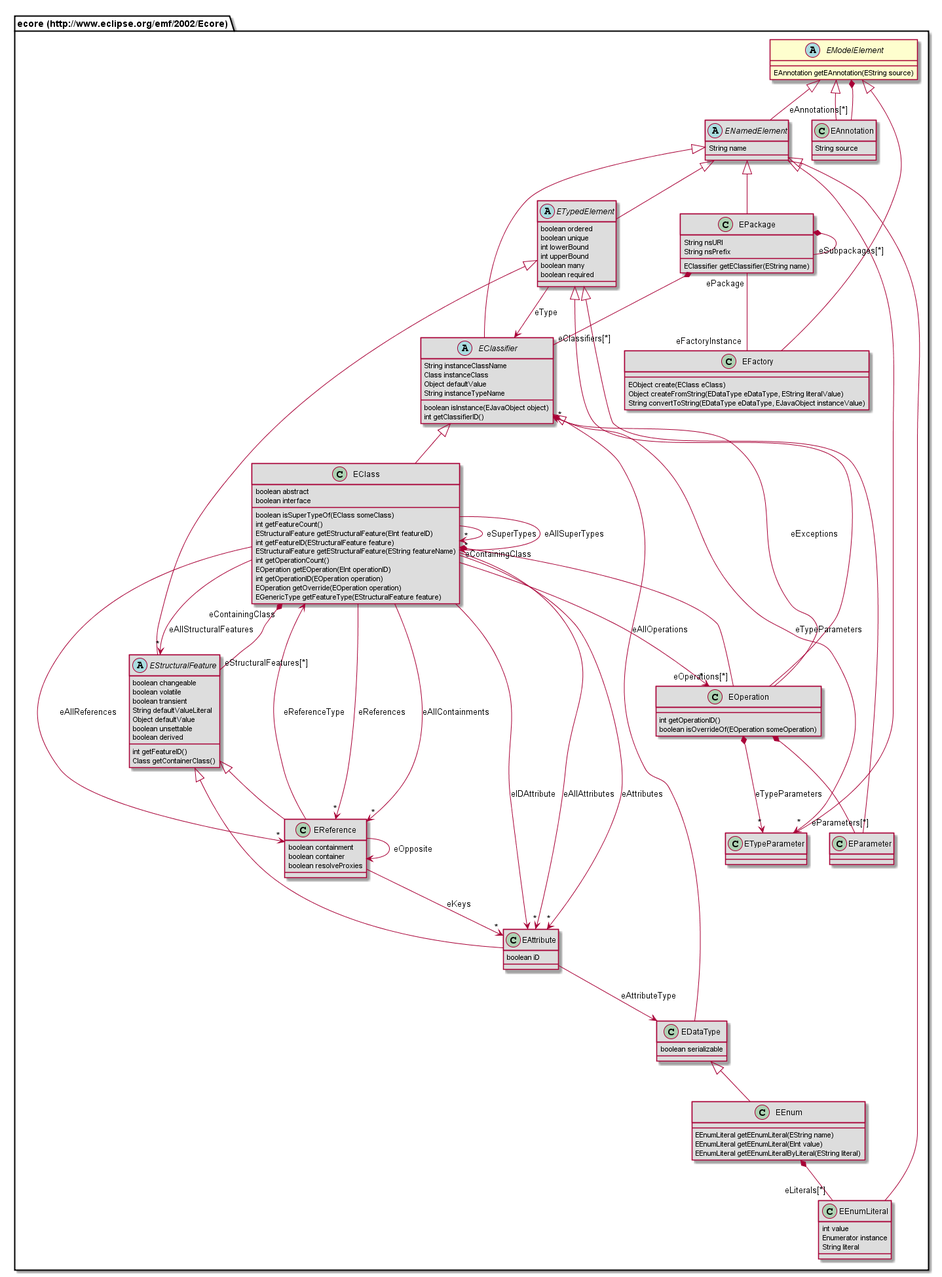
Before: org.nasdanika.codegen.editor/doc/model/687474703a2f2f7777772e65636c697073652e6f72672f656d662f323030322f45636f7265/EModelElement.png, a diagram exported from PlantUML (Nasdanika/codegen).
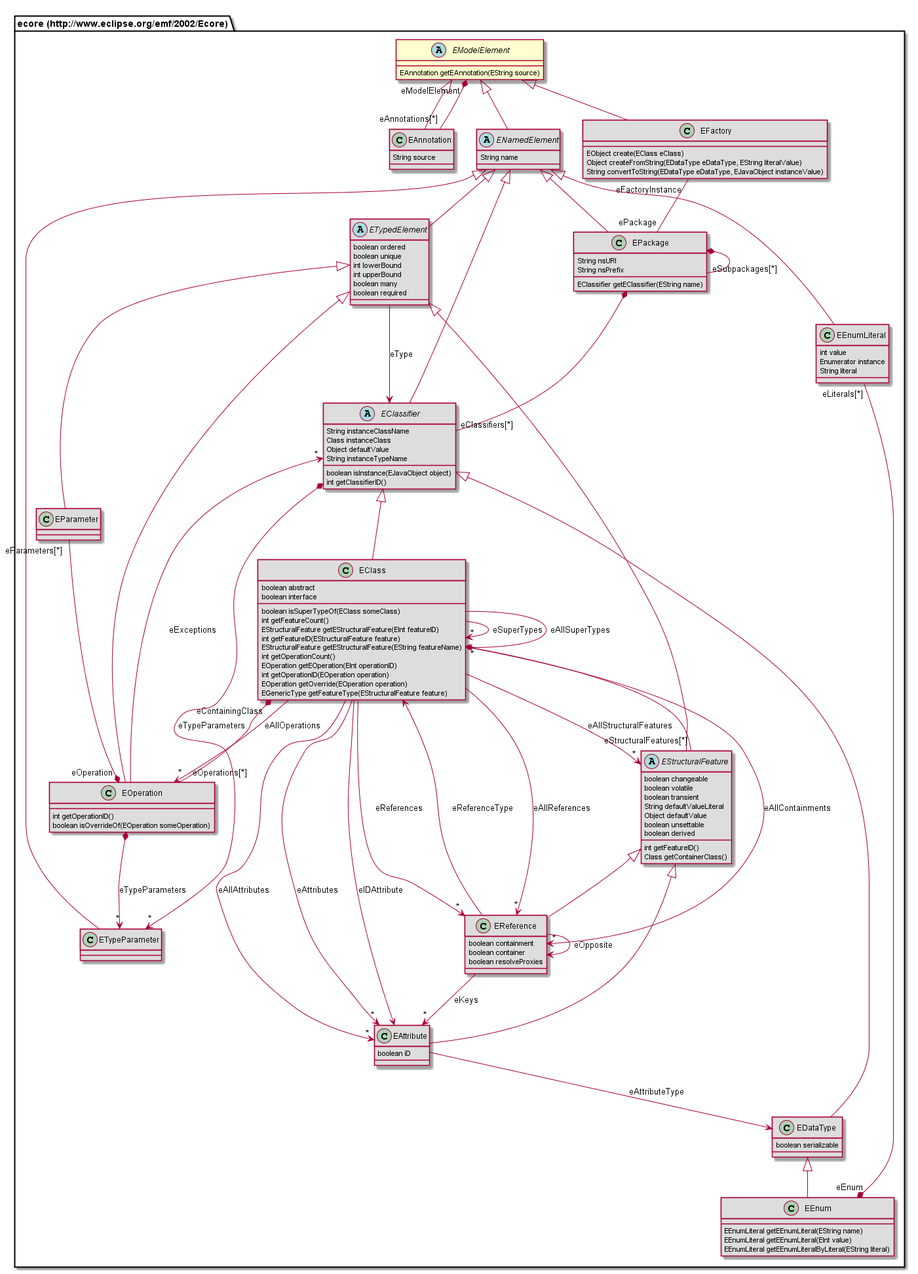
After the change.

The edit, as a diff of the source:
```diff
@@ -2,67 +2,8 @@
 abstract class "ecore (http://www.eclipse.org/emf/2002/Ecore).EModelElement" {
 	EAnnotation getEAnnotation(EString source)
 }
-class "ecore (http://www.eclipse.org/emf/2002/Ecore).EReference" #DDDDDD {
-	boolean containment
-	boolean container
-	boolean resolveProxies
-}
-class "ecore (http://www.eclipse.org/emf/2002/Ecore).EEnum" #DDDDDD {
-	EEnumLiteral getEEnumLiteral(EString name)
-	EEnumLiteral getEEnumLiteral(EInt value)
-	EEnumLiteral getEEnumLiteralByLiteral(EString literal)
-}
-abstract class "ecore (http://www.eclipse.org/emf/2002/Ecore).EStructuralFeature" #DDDDDD {
-	boolean changeable
-	boolean volatile
-	boolean transient
-	String defaultValueLiteral
-	Object defaultValue
-	boolean unsettable
-	boolean derived
-	int getFeatureID()
-	Class getContainerClass()
-}
-abstract class "ecore (http://www.eclipse.org/emf/2002/Ecore).ENamedElement" #DDDDDD {
-	String name
-}
-class "ecore (http://www.eclipse.org/emf/2002/Ecore).EOperation" #DDDDDD {
-	int getOperationID()
-	boolean isOverrideOf(EOperation someOperation)
-}
-class "ecore (http://www.eclipse.org/emf/2002/Ecore).EPackage" #DDDDDD {
-	String nsURI
-	String nsPrefix
-	EClassifier getEClassifier(EString name)
-}
-abstract class "ecore (http://www.eclipse.org/emf/2002/Ecore).EClassifier" #DDDDDD {
-	String instanceClassName
-	Class instanceClass
-	Object defaultValue
-	String instanceTypeName
-	boolean isInstance(EJavaObject object)
-	int getClassifierID()
-}
 class "ecore (http://www.eclipse.org/emf/2002/Ecore).EAnnotation" #DDDDDD {
 	String source
-}
-class "ecore (http://www.eclipse.org/emf/2002/Ecore).EDataType" #DDDDDD {
-	boolean serializable
-}
-class "ecore (http://www.eclipse.org/emf/2002/Ecore).ETypeParameter" #DDDDDD {
-}
-class "ecore (http://www.eclipse.org/emf/2002/Ecore).EFactory" #DDDDDD {
-	EObject create(EClass eClass)
-	Object createFromString(EDataType eDataType, EString literalValue)
-	String convertToString(EDataType eDataType, EJavaObject instanceValue)
-}
-class "ecore (http://www.eclipse.org/emf/2002/Ecore).EAttribute" #DDDDDD {
-	boolean iD
-}
-class "ecore (http://www.eclipse.org/emf/2002/Ecore).EEnumLiteral" #DDDDDD {
-	int value
-	Enumerator instance
-	String literal
 }
 abstract class "ecore (http://www.eclipse.org/emf/2002/Ecore).ETypedElement" #DDDDDD {
 	boolean ordered
@@ -71,6 +12,37 @@
 	int upperBound
 	boolean many
 	boolean required
+}
+class "ecore (http://www.eclipse.org/emf/2002/Ecore).EFactory" #DDDDDD {
+	EObject create(EClass eClass)
+	Object createFromString(EDataType eDataType, EString literalValue)
+	String convertToString(EDataType eDataType, EJavaObject instanceValue)
+}
+abstract class "ecore (http://www.eclipse.org/emf/2002/Ecore).ENamedElement" #DDDDDD {
+	String name
+}
+class "ecore (http://www.eclipse.org/emf/2002/Ecore).EPackage" #DDDDDD {
+	String nsURI
+	String nsPrefix
+	EClassifier getEClassifier(EString name)
+}
+class "ecore (http://www.eclipse.org/emf/2002/Ecore).EParameter" #DDDDDD {
+}
+class "ecore (http://www.eclipse.org/emf/2002/Ecore).EEnumLiteral" #DDDDDD {
+	int value
+	Enumerator instance
+	String literal
+}
+class "ecore (http://www.eclipse.org/emf/2002/Ecore).ETypeParameter" #DDDDDD {
+}
+class "ecore (http://www.eclipse.org/emf/2002/Ecore).EOperation" #DDDDDD {
+	int getOperationID()
+	boolean isOverrideOf(EOperation someOperation)
+}
+class "ecore (http://www.eclipse.org/emf/2002/Ecore).EEnum" #DDDDDD {
+	EEnumLiteral getEEnumLiteral(EString name)
+	EEnumLiteral getEEnumLiteral(EInt value)
+	EEnumLiteral getEEnumLiteralByLiteral(EString literal)
 }
 class "ecore (http://www.eclipse.org/emf/2002/Ecore).EClass" #DDDDDD {
 	boolean abstract
@@ -86,40 +58,62 @@
 	EOperation getOverride(EOperation operation)
 	EGenericType getFeatureType(EStructuralFeature feature)
 }
-class "ecore (http://www.eclipse.org/emf/2002/Ecore).EParameter" #DDDDDD {
+class "ecore (http://www.eclipse.org/emf/2002/Ecore).EReference" #DDDDDD {
+	boolean containment
+	boolean container
+	boolean resolveProxies
 }
+abstract class "ecore (http://www.eclipse.org/emf/2002/Ecore).EClassifier" #DDDDDD {
+	String instanceClassName
+	Class instanceClass
+	Object defaultValue
+	String instanceTypeName
+	boolean isInstance(EJavaObject object)
+	int getClassifierID()
+}
+abstract class "ecore (http://www.eclipse.org/emf/2002/Ecore).EStructuralFeature" #DDDDDD {
+	boolean changeable
+	boolean volatile
+	boolean transient
+	String defaultValueLiteral
+	Object defaultValue
+	boolean unsettable
+	boolean derived
+	int getFeatureID()
+	Class getContainerClass()
+}
+class "ecore (http://www.eclipse.org/emf/2002/Ecore).EDataType" #DDDDDD {
+	boolean serializable
+}
+class "ecore (http://www.eclipse.org/emf/2002/Ecore).EAttribute" #DDDDDD {
+	boolean iD
+}
+"ecore (http://www.eclipse.org/emf/2002/Ecore).EModelElement" <|-- "ecore (http://www.eclipse.org/emf/2002/Ecore).EAnnotation"
+"ecore (http://www.eclipse.org/emf/2002/Ecore).ENamedElement" <|-- "ecore (http://www.eclipse.org/emf/2002/Ecore).ETypedElement"
+"ecore (http://www.eclipse.org/emf/2002/Ecore).EModelElement" <|-- "ecore (http://www.eclipse.org/emf/2002/Ecore).EFactory"
+"ecore (http://www.eclipse.org/emf/2002/Ecore).EModelElement" <|-- "ecore (http://www.eclipse.org/emf/2002/Ecore).ENamedElement"
+"ecore (http://www.eclipse.org/emf/2002/Ecore).ENamedElement" <|-- "ecore (http://www.eclipse.org/emf/2002/Ecore).EPackage"
+"ecore (http://www.eclipse.org/emf/2002/Ecore).ETypedElement" <|-- "ecore (http://www.eclipse.org/emf/2002/Ecore).EParameter"
+"ecore (http://www.eclipse.org/emf/2002/Ecore).ENamedElement" <|-- "ecore (http://www.eclipse.org/emf/2002/Ecore).EEnumLiteral"
+"ecore (http://www.eclipse.org/emf/2002/Ecore).ENamedElement" <|-- "ecore (http://www.eclipse.org/emf/2002/Ecore).ETypeParameter"
+"ecore (http://www.eclipse.org/emf/2002/Ecore).ETypedElement" <|-- "ecore (http://www.eclipse.org/emf/2002/Ecore).EOperation"
+"ecore (http://www.eclipse.org/emf/2002/Ecore).EDataType" <|-- "ecore (http://www.eclipse.org/emf/2002/Ecore).EEnum"
+"ecore (http://www.eclipse.org/emf/2002/Ecore).EClassifier" <|-- "ecore (http://www.eclipse.org/emf/2002/Ecore).EClass"
 "ecore (http://www.eclipse.org/emf/2002/Ecore).EStructuralFeature" <|-- "ecore (http://www.eclipse.org/emf/2002/Ecore).EReference"
-"ecore (http://www.eclipse.org/emf/2002/Ecore).EDataType" <|-- "ecore (http://www.eclipse.org/emf/2002/Ecore).EEnum"
+"ecore (http://www.eclipse.org/emf/2002/Ecore).ENamedElement" <|-- "ecore (http://www.eclipse.org/emf/2002/Ecore).EClassifier"
 "ecore (http://www.eclipse.org/emf/2002/Ecore).ETypedElement" <|-- "ecore (http://www.eclipse.org/emf/2002/Ecore).EStructuralFeature"
-"ecore (http://www.eclipse.org/emf/2002/Ecore).EModelElement" <|-- "ecore (http://www.eclipse.org/emf/2002/Ecore).ENamedElement"
-"ecore (http://www.eclipse.org/emf/2002/Ecore).ETypedElement" <|-- "ecore (http://www.eclipse.org/emf/2002/Ecore).EOperation"
-"ecore (http://www.eclipse.org/emf/2002/Ecore).ENamedElement" <|-- "ecore (http://www.eclipse.org/emf/2002/Ecore).EPackage"
-"ecore (http://www.eclipse.org/emf/2002/Ecore).ENamedElement" <|-- "ecore (http://www.eclipse.org/emf/2002/Ecore).EClassifier"
-"ecore (http://www.eclipse.org/emf/2002/Ecore).EModelElement" <|-- "ecore (http://www.eclipse.org/emf/2002/Ecore).EAnnotation"
 "ecore (http://www.eclipse.org/emf/2002/Ecore).EClassifier" <|-- "ecore (http://www.eclipse.org/emf/2002/Ecore).EDataType"
-"ecore (http://www.eclipse.org/emf/2002/Ecore).ENamedElement" <|-- "ecore (http://www.eclipse.org/emf/2002/Ecore).ETypeParameter"
-"ecore (http://www.eclipse.org/emf/2002/Ecore).EModelElement" <|-- "ecore (http://www.eclipse.org/emf/2002/Ecore).EFactory"
 "ecore (http://www.eclipse.org/emf/2002/Ecore).EStructuralFeature" <|-- "ecore (http://www.eclipse.org/emf/2002/Ecore).EAttribute"
-"ecore (http://www.eclipse.org/emf/2002/Ecore).ENamedElement" <|-- "ecore (http://www.eclipse.org/emf/2002/Ecore).EEnumLiteral"
-"ecore (http://www.eclipse.org/emf/2002/Ecore).ENamedElement" <|-- "ecore (http://www.eclipse.org/emf/2002/Ecore).ETypedElement"
-"ecore (http://www.eclipse.org/emf/2002/Ecore).EClassifier" <|-- "ecore (http://www.eclipse.org/emf/2002/Ecore).EClass"
-"ecore (http://www.eclipse.org/emf/2002/Ecore).ETypedElement" <|-- "ecore (http://www.eclipse.org/emf/2002/Ecore).EParameter"
-"ecore (http://www.eclipse.org/emf/2002/Ecore).EReference" --> "ecore (http://www.eclipse.org/emf/2002/Ecore).EReference" : eOpposite
-"ecore (http://www.eclipse.org/emf/2002/Ecore).EReference" --> "ecore (http://www.eclipse.org/emf/2002/Ecore).EClass" : eReferenceType
-"ecore (http://www.eclipse.org/emf/2002/Ecore).EReference" --> "*" "ecore (http://www.eclipse.org/emf/2002/Ecore).EAttribute" : eKeys
-"ecore (http://www.eclipse.org/emf/2002/Ecore).EEnum" *-- "eLiterals[*]" "ecore (http://www.eclipse.org/emf/2002/Ecore).EEnumLiteral"
-"ecore (http://www.eclipse.org/emf/2002/Ecore).EStructuralFeature" "eStructuralFeatures[*]" --* "eContainingClass" "ecore (http://www.eclipse.org/emf/2002/Ecore).EClass"
-"ecore (http://www.eclipse.org/emf/2002/Ecore).EModelElement" *-- "eAnnotations[*]" "ecore (http://www.eclipse.org/emf/2002/Ecore).EAnnotation"
+"ecore (http://www.eclipse.org/emf/2002/Ecore).EAnnotation" "eAnnotations[*]" --* "eModelElement" "ecore (http://www.eclipse.org/emf/2002/Ecore).EModelElement"
+"ecore (http://www.eclipse.org/emf/2002/Ecore).ETypedElement" --> "ecore (http://www.eclipse.org/emf/2002/Ecore).EClassifier" : eType
+"ecore (http://www.eclipse.org/emf/2002/Ecore).EFactory" "eFactoryInstance" -- "ePackage" "ecore (http://www.eclipse.org/emf/2002/Ecore).EPackage"
+"ecore (http://www.eclipse.org/emf/2002/Ecore).EPackage" *-- "eClassifiers[*]" "ecore (http://www.eclipse.org/emf/2002/Ecore).EClassifier"
+"ecore (http://www.eclipse.org/emf/2002/Ecore).EPackage" *-- "eSubpackages[*]" "ecore (http://www.eclipse.org/emf/2002/Ecore).EPackage"
+"ecore (http://www.eclipse.org/emf/2002/Ecore).EParameter" "eParameters[*]" --* "eOperation" "ecore (http://www.eclipse.org/emf/2002/Ecore).EOperation"
+"ecore (http://www.eclipse.org/emf/2002/Ecore).EEnumLiteral" "eLiterals[*]" --* "eEnum" "ecore (http://www.eclipse.org/emf/2002/Ecore).EEnum"
 "ecore (http://www.eclipse.org/emf/2002/Ecore).EOperation" "eOperations[*]" --* "eContainingClass" "ecore (http://www.eclipse.org/emf/2002/Ecore).EClass"
 "ecore (http://www.eclipse.org/emf/2002/Ecore).EOperation" *--> "*" "ecore (http://www.eclipse.org/emf/2002/Ecore).ETypeParameter" : eTypeParameters
-"ecore (http://www.eclipse.org/emf/2002/Ecore).EOperation" *-- "eParameters[*]" "ecore (http://www.eclipse.org/emf/2002/Ecore).EParameter"
 "ecore (http://www.eclipse.org/emf/2002/Ecore).EOperation" --> "*" "ecore (http://www.eclipse.org/emf/2002/Ecore).EClassifier" : eExceptions
-"ecore (http://www.eclipse.org/emf/2002/Ecore).EPackage" "ePackage" -- "eFactoryInstance" "ecore (http://www.eclipse.org/emf/2002/Ecore).EFactory"
-"ecore (http://www.eclipse.org/emf/2002/Ecore).EPackage" *-- "eClassifiers[*]" "ecore (http://www.eclipse.org/emf/2002/Ecore).EClassifier"
-"ecore (http://www.eclipse.org/emf/2002/Ecore).EPackage" *-- "eSubpackages[*]" "ecore (http://www.eclipse.org/emf/2002/Ecore).EPackage"
-"ecore (http://www.eclipse.org/emf/2002/Ecore).EClassifier" *--> "*" "ecore (http://www.eclipse.org/emf/2002/Ecore).ETypeParameter" : eTypeParameters
-"ecore (http://www.eclipse.org/emf/2002/Ecore).EAttribute" --> "ecore (http://www.eclipse.org/emf/2002/Ecore).EDataType" : eAttributeType
-"ecore (http://www.eclipse.org/emf/2002/Ecore).ETypedElement" --> "ecore (http://www.eclipse.org/emf/2002/Ecore).EClassifier" : eType
 "ecore (http://www.eclipse.org/emf/2002/Ecore).EClass" --> "*" "ecore (http://www.eclipse.org/emf/2002/Ecore).EClass" : eSuperTypes
 "ecore (http://www.eclipse.org/emf/2002/Ecore).EClass" --> "*" "ecore (http://www.eclipse.org/emf/2002/Ecore).EAttribute" : eAllAttributes
 "ecore (http://www.eclipse.org/emf/2002/Ecore).EClass" --> "*" "ecore (http://www.eclipse.org/emf/2002/Ecore).EReference" : eAllReferences
@@ -130,4 +124,10 @@
 "ecore (http://www.eclipse.org/emf/2002/Ecore).EClass" --> "*" "ecore (http://www.eclipse.org/emf/2002/Ecore).EStructuralFeature" : eAllStructuralFeatures
 "ecore (http://www.eclipse.org/emf/2002/Ecore).EClass" --> "*" "ecore (http://www.eclipse.org/emf/2002/Ecore).EClass" : eAllSuperTypes
 "ecore (http://www.eclipse.org/emf/2002/Ecore).EClass" --> "ecore (http://www.eclipse.org/emf/2002/Ecore).EAttribute" : eIDAttribute
+"ecore (http://www.eclipse.org/emf/2002/Ecore).EClass" *-- "eStructuralFeatures[*]" "ecore (http://www.eclipse.org/emf/2002/Ecore).EStructuralFeature"
+"ecore (http://www.eclipse.org/emf/2002/Ecore).EReference" --> "ecore (http://www.eclipse.org/emf/2002/Ecore).EReference" : eOpposite
+"ecore (http://www.eclipse.org/emf/2002/Ecore).EReference" --> "ecore (http://www.eclipse.org/emf/2002/Ecore).EClass" : eReferenceType
+"ecore (http://www.eclipse.org/emf/2002/Ecore).EReference" --> "*" "ecore (http://www.eclipse.org/emf/2002/Ecore).EAttribute" : eKeys
+"ecore (http://www.eclipse.org/emf/2002/Ecore).EClassifier" *--> "*" "ecore (http://www.eclipse.org/emf/2002/Ecore).ETypeParameter" : eTypeParameters
+"ecore (http://www.eclipse.org/emf/2002/Ecore).EAttribute" --> "ecore (http://www.eclipse.org/emf/2002/Ecore).EDataType" : eAttributeType
 @enduml
```
